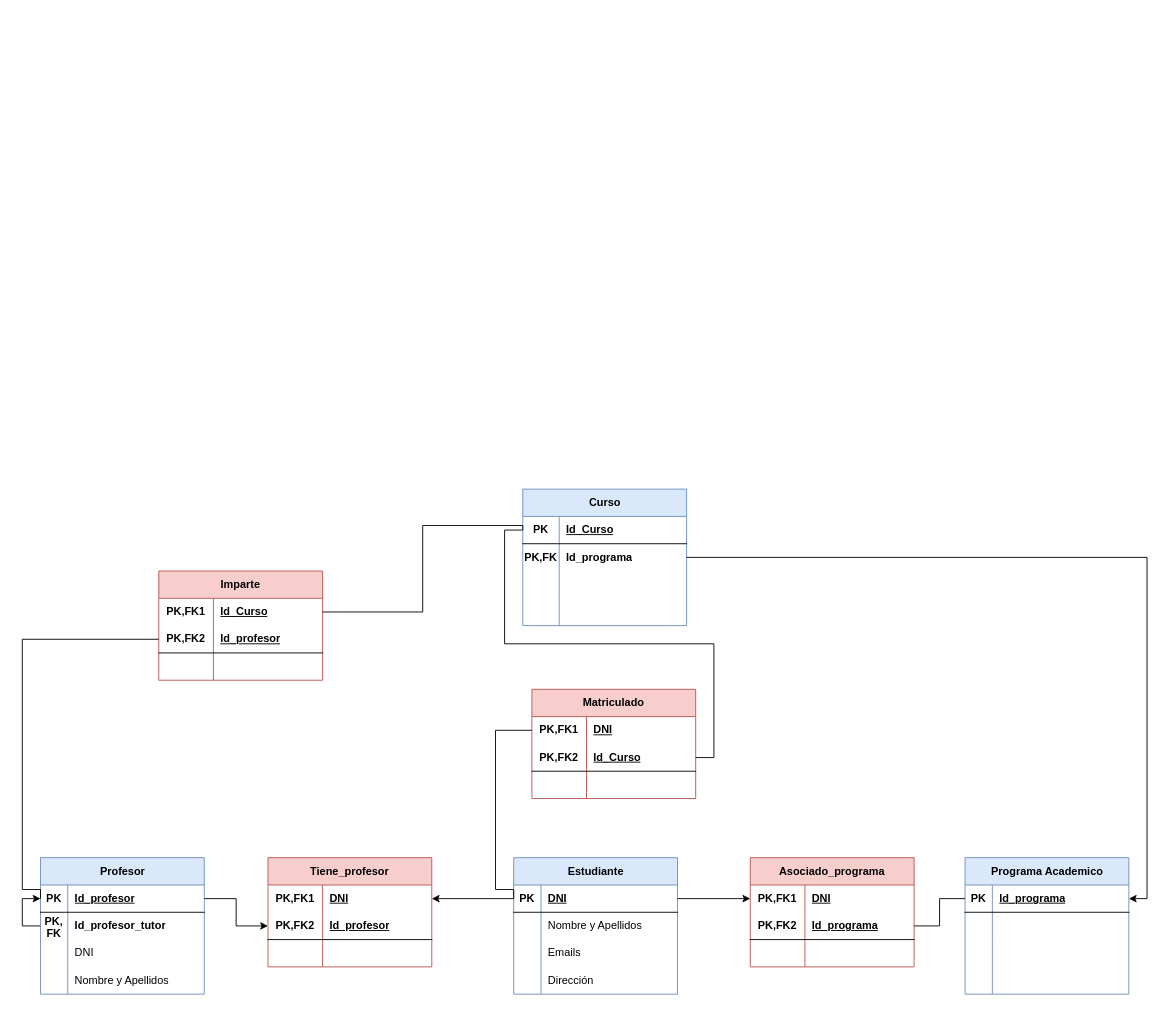
Earlier version of the draw.io diagram Unidad-1/modelo_relacional.drawio (jdrguez/2-Daw). Source tidied: cells renumbered, new cells numbered last; positions are measured from the earlier drawing's top-left corner, leaving out a move shared by most shapes. Both pictures are drawn from the tidied source at 91%, with x=0, y=0 at pixel (22, 489).
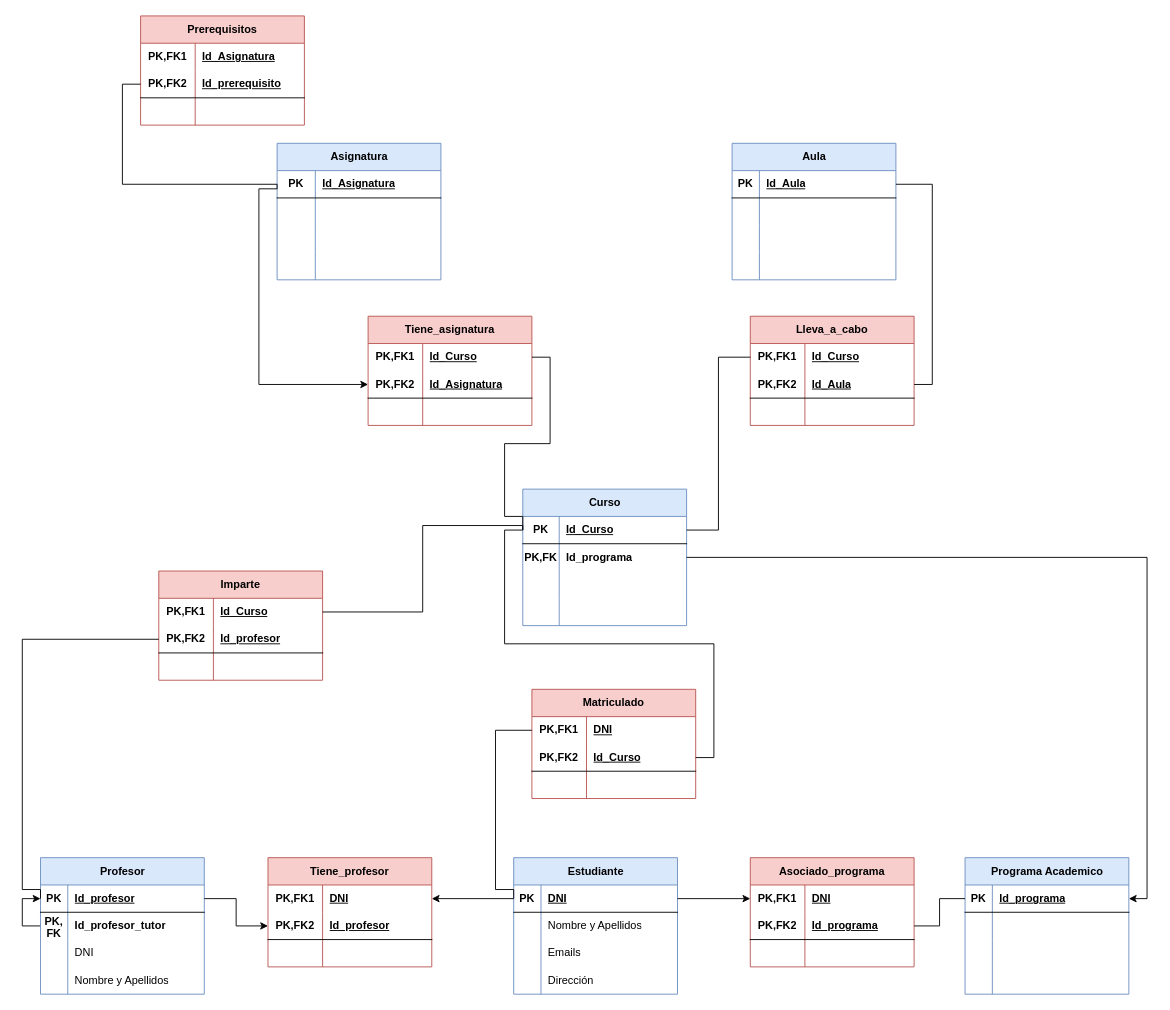
The same diagram, later.

The change refers to these unchanged cells:
```xml
<mxCell id="67" style="shape=tableRow;horizontal=0;startSize=0;swimlaneHead=0;swimlaneBody=0;fillColor=none;points=[[0,0.5],[1,0.5]];portConstraint=eastwest;top=0;left=0;right=0;bottom=1;" parent="66" vertex="1">
  <mxGeometry y="30" width="180" height="30" as="geometry" />
</mxCell>
```

Diff of the diagram source:
```diff
@@
+    <mxCell id="104" value="Asignatura" style="shape=table;startSize=30;childLayout=tableLayout;rowLines=0;fontStyle=1;align=center;html=1;fillColor=#dae8fc;strokeColor=#6c8ebf;" parent="1" vertex="1">
+      <mxGeometry x="280" y="-380" width="180" height="150" as="geometry" />
+    </mxCell>
+    <mxCell id="105" style="shape=tableRow;horizontal=0;startSize=0;swimlaneHead=0;swimlaneBody=0;fillColor=none;points=[[0,0.5],[1,0.5]];portConstraint=eastwest;top=0;left=0;right=0;bottom=1;" parent="104" vertex="1">
+      <mxGeometry y="30" width="180" height="30" as="geometry" />
+    </mxCell>
+    <mxCell id="106" value="PK" style="shape=partialRectangle;fillColor=none;top=0;left=0;bottom=0;right=0;fontStyle=1;overflow=hidden;whiteSpace=wrap;html=1;" parent="105" vertex="1">
+      <mxGeometry width="42" height="30" as="geometry" />
+    </mxCell>
+    <mxCell id="107" value="Id_Asignatura" style="shape=partialRectangle;fillColor=none;top=0;left=0;bottom=0;right=0;align=left;spacingLeft=6;fontStyle=5;overflow=hidden;whiteSpace=wrap;html=1;" parent="105" vertex="1">
+      <mxGeometry x="42" width="138" height="30" as="geometry" />
+    </mxCell>
+    <mxCell id="108" style="shape=tableRow;horizontal=0;startSize=0;swimlaneHead=0;swimlaneBody=0;fillColor=none;top=0;left=0;right=0;bottom=0;" parent="104" vertex="1">
+      <mxGeometry y="60" width="180" height="30" as="geometry" />
+    </mxCell>
+    <mxCell id="109" style="shape=partialRectangle;fillColor=none;top=0;left=0;bottom=0;right=0;overflow=hidden;whiteSpace=wrap;html=1;" parent="108" vertex="1">
+      <mxGeometry width="42" height="30" as="geometry" />
+    </mxCell>
+    <mxCell id="110" style="shape=partialRectangle;fillColor=none;top=0;left=0;bottom=0;right=0;align=left;spacingLeft=6;overflow=hidden;whiteSpace=wrap;html=1;" parent="108" vertex="1">
+      <mxGeometry x="42" width="138" height="30" as="geometry" />
+    </mxCell>
+    <mxCell id="111" style="shape=tableRow;horizontal=0;startSize=0;swimlaneHead=0;swimlaneBody=0;fillColor=none;top=0;left=0;right=0;bottom=0;" parent="104" vertex="1">
+      <mxGeometry y="90" width="180" height="30" as="geometry" />
+    </mxCell>
+    <mxCell id="112" style="shape=partialRectangle;fillColor=none;top=0;left=0;bottom=0;right=0;overflow=hidden;whiteSpace=wrap;html=1;" parent="111" vertex="1">
+      <mxGeometry width="42" height="30" as="geometry" />
+    </mxCell>
+    <mxCell id="113" style="shape=partialRectangle;fillColor=none;top=0;left=0;bottom=0;right=0;align=left;spacingLeft=6;overflow=hidden;whiteSpace=wrap;html=1;" parent="111" vertex="1">
+      <mxGeometry x="42" width="138" height="30" as="geometry" />
+    </mxCell>
+    <mxCell id="114" style="shape=tableRow;horizontal=0;startSize=0;swimlaneHead=0;swimlaneBody=0;fillColor=none;top=0;left=0;right=0;bottom=0;" parent="104" vertex="1">
+      <mxGeometry y="120" width="180" height="30" as="geometry" />
+    </mxCell>
+    <mxCell id="115" style="shape=partialRectangle;fillColor=none;top=0;left=0;bottom=0;right=0;overflow=hidden;whiteSpace=wrap;html=1;" parent="114" vertex="1">
+      <mxGeometry width="42" height="30" as="geometry" />
+    </mxCell>
+    <mxCell id="116" style="shape=partialRectangle;fillColor=none;top=0;left=0;bottom=0;right=0;align=left;spacingLeft=6;overflow=hidden;whiteSpace=wrap;html=1;" parent="114" vertex="1">
+      <mxGeometry x="42" width="138" height="30" as="geometry" />
+    </mxCell>
+    <mxCell id="117" value="Prerequisitos" style="shape=table;startSize=30;childLayout=tableLayout;rowLines=0;fontStyle=1;align=center;html=1;whiteSpace=wrap;fillColor=#f8cecc;strokeColor=#b85450;" parent="1" vertex="1">
+      <mxGeometry x="130" y="-520" width="180" height="120" as="geometry" />
+    </mxCell>
+    <mxCell id="118" style="shape=tableRow;horizontal=0;startSize=0;swimlaneHead=0;swimlaneBody=0;fillColor=none;top=0;left=0;right=0;bottom=0;html=1;" parent="117" vertex="1">
+      <mxGeometry y="30" width="180" height="30" as="geometry" />
+    </mxCell>
+    <mxCell id="119" value="PK,FK1" style="shape=partialRectangle;fillColor=none;top=0;left=0;bottom=0;right=0;fontStyle=1;overflow=hidden;html=1;whiteSpace=wrap;" parent="118" vertex="1">
+      <mxGeometry width="60" height="30" as="geometry" />
+    </mxCell>
+    <mxCell id="120" value="Id_Asignatura" style="shape=partialRectangle;fillColor=none;top=0;left=0;bottom=0;right=0;align=left;spacingLeft=6;fontStyle=5;overflow=hidden;html=1;whiteSpace=wrap;" parent="118" vertex="1">
+      <mxGeometry x="60" width="120" height="30" as="geometry" />
+    </mxCell>
+    <mxCell id="121" style="shape=tableRow;horizontal=0;startSize=0;swimlaneHead=0;swimlaneBody=0;fillColor=none;points=[[0,0.5],[1,0.5]];portConstraint=eastwest;top=0;left=0;right=0;bottom=1;html=1;" parent="117" vertex="1">
+      <mxGeometry y="60" width="180" height="30" as="geometry" />
+    </mxCell>
+    <mxCell id="122" value="PK,FK2" style="shape=partialRectangle;fillColor=none;top=0;left=0;bottom=0;right=0;fontStyle=1;overflow=hidden;html=1;whiteSpace=wrap;" parent="121" vertex="1">
+      <mxGeometry width="60" height="30" as="geometry" />
+    </mxCell>
+    <mxCell id="123" value="Id_prerequisito" style="shape=partialRectangle;fillColor=none;top=0;left=0;bottom=0;right=0;align=left;spacingLeft=6;fontStyle=5;overflow=hidden;html=1;whiteSpace=wrap;" parent="121" vertex="1">
+      <mxGeometry x="60" width="120" height="30" as="geometry" />
+    </mxCell>
+    <mxCell id="124" style="shape=tableRow;horizontal=0;startSize=0;swimlaneHead=0;swimlaneBody=0;fillColor=none;top=0;left=0;right=0;bottom=0;html=1;" parent="117" vertex="1">
+      <mxGeometry y="90" width="180" height="30" as="geometry" />
+    </mxCell>
+    <mxCell id="125" style="shape=partialRectangle;fillColor=none;top=0;left=0;bottom=0;right=0;overflow=hidden;html=1;whiteSpace=wrap;" parent="124" vertex="1">
+      <mxGeometry width="60" height="30" as="geometry" />
+    </mxCell>
+    <mxCell id="126" style="shape=partialRectangle;fillColor=none;top=0;left=0;bottom=0;right=0;align=left;spacingLeft=6;overflow=hidden;html=1;whiteSpace=wrap;" parent="124" vertex="1">
+      <mxGeometry x="60" width="120" height="30" as="geometry" />
+    </mxCell>
+    <mxCell id="127" style="edgeStyle=orthogonalEdgeStyle;rounded=0;jettySize=auto;html=1;exitX=0;exitY=0.5;exitDx=0;exitDy=0;entryX=0;entryY=0.5;entryDx=0;entryDy=0;endArrow=none;endFill=0;" parent="1" edge="1" source="121" target="105">
+      <mxGeometry relative="1" as="geometry" />
+    </mxCell>
+    <mxCell id="128" value="Tiene_asignatura" style="shape=table;startSize=30;childLayout=tableLayout;rowLines=0;fontStyle=1;align=center;html=1;whiteSpace=wrap;fillColor=#f8cecc;strokeColor=#b85450;" parent="1" vertex="1">
+      <mxGeometry x="380" y="-190" width="180" height="120" as="geometry" />
+    </mxCell>
+    <mxCell id="129" style="shape=tableRow;horizontal=0;startSize=0;swimlaneHead=0;swimlaneBody=0;fillColor=none;points=[[0,0.5],[1,0.5]];portConstraint=eastwest;top=0;left=0;right=0;bottom=0;html=1;" parent="128" vertex="1">
+      <mxGeometry y="30" width="180" height="30" as="geometry" />
+    </mxCell>
+    <mxCell id="130" value="PK,FK1" style="shape=partialRectangle;fillColor=none;top=0;left=0;bottom=0;right=0;fontStyle=1;overflow=hidden;html=1;whiteSpace=wrap;" parent="129" vertex="1">
+      <mxGeometry width="60" height="30" as="geometry" />
+    </mxCell>
+    <mxCell id="131" value="Id_Curso" style="shape=partialRectangle;fillColor=none;top=0;left=0;bottom=0;right=0;align=left;spacingLeft=6;fontStyle=5;overflow=hidden;html=1;whiteSpace=wrap;" parent="129" vertex="1">
+      <mxGeometry x="60" width="120" height="30" as="geometry" />
+    </mxCell>
+    <mxCell id="132" style="shape=tableRow;horizontal=0;startSize=0;swimlaneHead=0;swimlaneBody=0;fillColor=none;points=[[0,0.5],[1,0.5]];portConstraint=eastwest;top=0;left=0;right=0;bottom=1;html=1;" parent="128" vertex="1">
+      <mxGeometry y="60" width="180" height="30" as="geometry" />
+    </mxCell>
+    <mxCell id="133" value="PK,FK2" style="shape=partialRectangle;fillColor=none;top=0;left=0;bottom=0;right=0;fontStyle=1;overflow=hidden;html=1;whiteSpace=wrap;" parent="132" vertex="1">
+      <mxGeometry width="60" height="30" as="geometry" />
+    </mxCell>
+    <mxCell id="134" value="Id_Asignatura" style="shape=partialRectangle;fillColor=none;top=0;left=0;bottom=0;right=0;align=left;spacingLeft=6;fontStyle=5;overflow=hidden;html=1;whiteSpace=wrap;" parent="132" vertex="1">
+      <mxGeometry x="60" width="120" height="30" as="geometry" />
+    </mxCell>
+    <mxCell id="135" style="shape=tableRow;horizontal=0;startSize=0;swimlaneHead=0;swimlaneBody=0;fillColor=none;top=0;left=0;right=0;bottom=0;html=1;" parent="128" vertex="1">
+      <mxGeometry y="90" width="180" height="30" as="geometry" />
+    </mxCell>
+    <mxCell id="136" style="shape=partialRectangle;fillColor=none;top=0;left=0;bottom=0;right=0;overflow=hidden;html=1;whiteSpace=wrap;" parent="135" vertex="1">
+      <mxGeometry width="60" height="30" as="geometry" />
+    </mxCell>
+    <mxCell id="137" style="shape=partialRectangle;fillColor=none;top=0;left=0;bottom=0;right=0;align=left;spacingLeft=6;overflow=hidden;html=1;whiteSpace=wrap;" parent="135" vertex="1">
+      <mxGeometry x="60" width="120" height="30" as="geometry" />
+    </mxCell>
+    <mxCell id="138" style="edgeStyle=orthogonalEdgeStyle;rounded=0;jettySize=auto;html=1;exitX=0;exitY=0.5;exitDx=0;exitDy=0;entryX=0;entryY=0.5;entryDx=0;entryDy=0;" parent="1" edge="1" source="105" target="132">
+      <mxGeometry relative="1" as="geometry">
+        <Array as="points">
+          <mxPoint x="280" y="-330" />
+          <mxPoint x="260" y="-330" />
+          <mxPoint x="260" y="-115" />
+        </Array>
+      </mxGeometry>
+    </mxCell>
+    <mxCell id="139" style="edgeStyle=orthogonalEdgeStyle;rounded=0;jettySize=auto;html=1;exitX=1;exitY=0.5;exitDx=0;exitDy=0;entryX=0;entryY=0.5;entryDx=0;entryDy=0;endArrow=none;endFill=0;" parent="1" edge="1" source="129" target="67">
+      <mxGeometry relative="1" as="geometry">
+        <Array as="points">
+          <mxPoint x="580" y="-145" />
+          <mxPoint x="580" y="-50" />
+          <mxPoint x="530" y="-50" />
+          <mxPoint x="530" y="30" />
+          <mxPoint x="550" y="30" />
+        </Array>
+      </mxGeometry>
+    </mxCell>
+    <mxCell id="140" value="Aula" style="shape=table;startSize=30;childLayout=tableLayout;rowLines=0;fontStyle=1;align=center;html=1;fillColor=#dae8fc;strokeColor=#6c8ebf;" parent="1" vertex="1">
+      <mxGeometry x="780" y="-380" width="180" height="150" as="geometry" />
+    </mxCell>
+    <mxCell id="141" style="shape=tableRow;horizontal=0;startSize=0;swimlaneHead=0;swimlaneBody=0;fillColor=none;points=[[0,0.5],[1,0.5]];portConstraint=eastwest;top=0;left=0;right=0;bottom=1;" parent="140" vertex="1">
+      <mxGeometry y="30" width="180" height="30" as="geometry" />
+    </mxCell>
+    <mxCell id="142" value="PK" style="shape=partialRectangle;fillColor=none;top=0;left=0;bottom=0;right=0;fontStyle=1;overflow=hidden;whiteSpace=wrap;html=1;" parent="141" vertex="1">
+      <mxGeometry width="30" height="30" as="geometry" />
+    </mxCell>
+    <mxCell id="143" value="Id_Aula" style="shape=partialRectangle;fillColor=none;top=0;left=0;bottom=0;right=0;align=left;spacingLeft=6;fontStyle=5;overflow=hidden;whiteSpace=wrap;html=1;" parent="141" vertex="1">
+      <mxGeometry x="30" width="150" height="30" as="geometry" />
+    </mxCell>
+    <mxCell id="144" style="shape=tableRow;horizontal=0;startSize=0;swimlaneHead=0;swimlaneBody=0;fillColor=none;top=0;left=0;right=0;bottom=0;" parent="140" vertex="1">
+      <mxGeometry y="60" width="180" height="30" as="geometry" />
+    </mxCell>
+    <mxCell id="145" style="shape=partialRectangle;fillColor=none;top=0;left=0;bottom=0;right=0;overflow=hidden;whiteSpace=wrap;html=1;" parent="144" vertex="1">
+      <mxGeometry width="30" height="30" as="geometry" />
+    </mxCell>
+    <mxCell id="146" style="shape=partialRectangle;fillColor=none;top=0;left=0;bottom=0;right=0;align=left;spacingLeft=6;overflow=hidden;whiteSpace=wrap;html=1;" parent="144" vertex="1">
+      <mxGeometry x="30" width="150" height="30" as="geometry" />
+    </mxCell>
+    <mxCell id="147" style="shape=tableRow;horizontal=0;startSize=0;swimlaneHead=0;swimlaneBody=0;fillColor=none;top=0;left=0;right=0;bottom=0;" parent="140" vertex="1">
+      <mxGeometry y="90" width="180" height="30" as="geometry" />
+    </mxCell>
+    <mxCell id="148" style="shape=partialRectangle;fillColor=none;top=0;left=0;bottom=0;right=0;overflow=hidden;whiteSpace=wrap;html=1;" parent="147" vertex="1">
+      <mxGeometry width="30" height="30" as="geometry" />
+    </mxCell>
+    <mxCell id="149" style="shape=partialRectangle;fillColor=none;top=0;left=0;bottom=0;right=0;align=left;spacingLeft=6;overflow=hidden;whiteSpace=wrap;html=1;" parent="147" vertex="1">
+      <mxGeometry x="30" width="150" height="30" as="geometry" />
+    </mxCell>
+    <mxCell id="150" style="shape=tableRow;horizontal=0;startSize=0;swimlaneHead=0;swimlaneBody=0;fillColor=none;top=0;left=0;right=0;bottom=0;" parent="140" vertex="1">
+      <mxGeometry y="120" width="180" height="30" as="geometry" />
+    </mxCell>
+    <mxCell id="151" style="shape=partialRectangle;fillColor=none;top=0;left=0;bottom=0;right=0;overflow=hidden;whiteSpace=wrap;html=1;" parent="150" vertex="1">
+      <mxGeometry width="30" height="30" as="geometry" />
+    </mxCell>
+    <mxCell id="152" style="shape=partialRectangle;fillColor=none;top=0;left=0;bottom=0;right=0;align=left;spacingLeft=6;overflow=hidden;whiteSpace=wrap;html=1;" parent="150" vertex="1">
+      <mxGeometry x="30" width="150" height="30" as="geometry" />
+    </mxCell>
+    <mxCell id="153" value="Lleva_a_cabo" style="shape=table;startSize=30;childLayout=tableLayout;rowLines=0;fontStyle=1;align=center;html=1;whiteSpace=wrap;fillColor=#f8cecc;strokeColor=#b85450;" parent="1" vertex="1">
+      <mxGeometry x="800" y="-190" width="180" height="120" as="geometry" />
+    </mxCell>
+    <mxCell id="154" style="shape=tableRow;horizontal=0;startSize=0;swimlaneHead=0;swimlaneBody=0;fillColor=none;points=[[0,0.5],[1,0.5]];portConstraint=eastwest;top=0;left=0;right=0;bottom=0;html=1;" parent="153" vertex="1">
+      <mxGeometry y="30" width="180" height="30" as="geometry" />
+    </mxCell>
+    <mxCell id="155" value="PK,FK1" style="shape=partialRectangle;fillColor=none;top=0;left=0;bottom=0;right=0;fontStyle=1;overflow=hidden;html=1;whiteSpace=wrap;" parent="154" vertex="1">
+      <mxGeometry width="60" height="30" as="geometry" />
+    </mxCell>
+    <mxCell id="156" value="Id_Curso" style="shape=partialRectangle;fillColor=none;top=0;left=0;bottom=0;right=0;align=left;spacingLeft=6;fontStyle=5;overflow=hidden;html=1;whiteSpace=wrap;" parent="154" vertex="1">
+      <mxGeometry x="60" width="120" height="30" as="geometry" />
+    </mxCell>
+    <mxCell id="157" style="shape=tableRow;horizontal=0;startSize=0;swimlaneHead=0;swimlaneBody=0;fillColor=none;points=[[0,0.5],[1,0.5]];portConstraint=eastwest;top=0;left=0;right=0;bottom=1;html=1;" parent="153" vertex="1">
+      <mxGeometry y="60" width="180" height="30" as="geometry" />
+    </mxCell>
+    <mxCell id="158" value="PK,FK2" style="shape=partialRectangle;fillColor=none;top=0;left=0;bottom=0;right=0;fontStyle=1;overflow=hidden;html=1;whiteSpace=wrap;" parent="157" vertex="1">
+      <mxGeometry width="60" height="30" as="geometry" />
+    </mxCell>
+    <mxCell id="159" value="Id_Aula" style="shape=partialRectangle;fillColor=none;top=0;left=0;bottom=0;right=0;align=left;spacingLeft=6;fontStyle=5;overflow=hidden;html=1;whiteSpace=wrap;" parent="157" vertex="1">
+      <mxGeometry x="60" width="120" height="30" as="geometry" />
+    </mxCell>
+    <mxCell id="160" style="shape=tableRow;horizontal=0;startSize=0;swimlaneHead=0;swimlaneBody=0;fillColor=none;top=0;left=0;right=0;bottom=0;html=1;" parent="153" vertex="1">
+      <mxGeometry y="90" width="180" height="30" as="geometry" />
+    </mxCell>
+    <mxCell id="161" style="shape=partialRectangle;fillColor=none;top=0;left=0;bottom=0;right=0;overflow=hidden;html=1;whiteSpace=wrap;" parent="160" vertex="1">
+      <mxGeometry width="60" height="30" as="geometry" />
+    </mxCell>
+    <mxCell id="162" style="shape=partialRectangle;fillColor=none;top=0;left=0;bottom=0;right=0;align=left;spacingLeft=6;overflow=hidden;html=1;whiteSpace=wrap;" parent="160" vertex="1">
+      <mxGeometry x="60" width="120" height="30" as="geometry" />
+    </mxCell>
+    <mxCell id="163" style="edgeStyle=orthogonalEdgeStyle;rounded=0;jettySize=auto;html=1;exitX=1;exitY=0.5;exitDx=0;exitDy=0;entryX=1;entryY=0.5;entryDx=0;entryDy=0;endArrow=none;endFill=0;" parent="1" edge="1" source="141" target="157">
+      <mxGeometry relative="1" as="geometry" />
+    </mxCell>
+    <mxCell id="164" style="edgeStyle=orthogonalEdgeStyle;rounded=0;jettySize=auto;html=1;exitX=0;exitY=0.5;exitDx=0;exitDy=0;entryX=1;entryY=0.5;entryDx=0;entryDy=0;endArrow=none;endFill=0;" parent="1" edge="1" source="154" target="67">
+      <mxGeometry relative="1" as="geometry" />
+    </mxCell>
```
